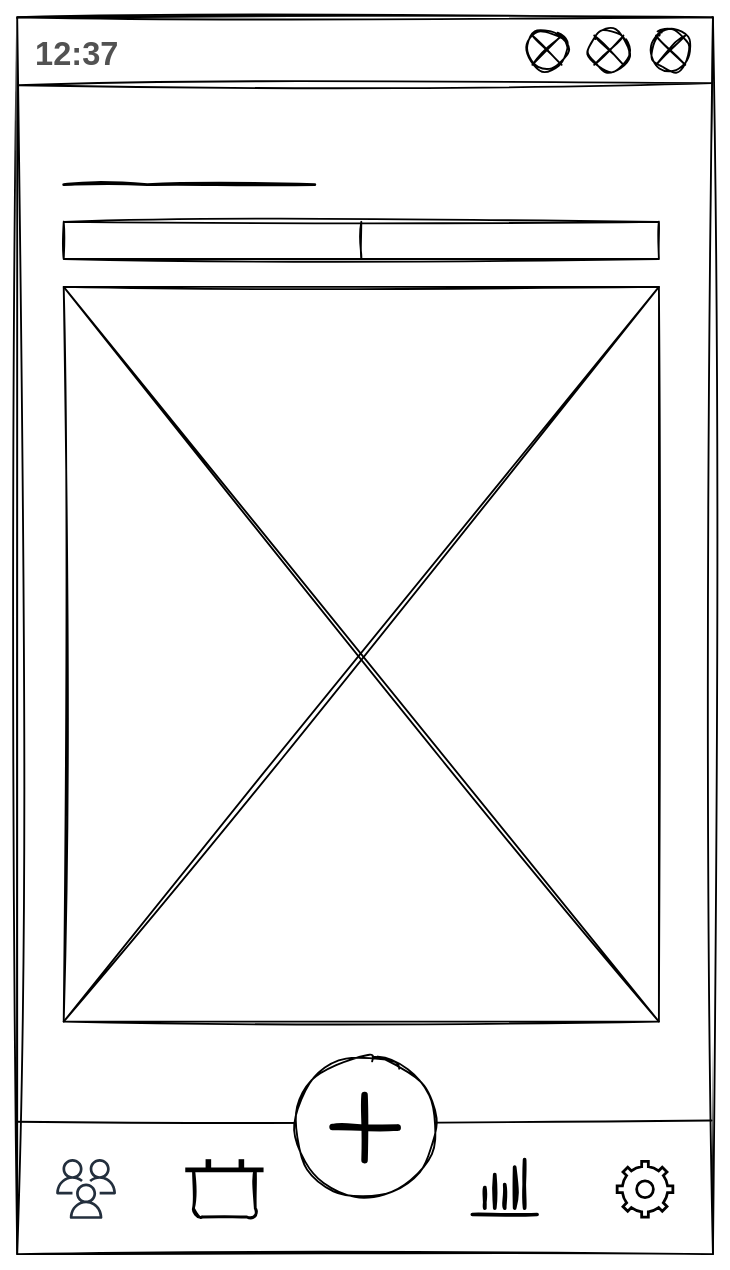
Earlier version of the draw.io diagram page "DienstplanErstellen1_beschriftet" (2 of 7) of 5_Pitch/Mockup_UserFlow_CreateWorkSchedule.drawio (annikalenneper/praxisprojekt_mi_bachelor_SoSe24). Source tidied: cells renumbered, new cells numbered last; positions are measured from the earlier drawing's top-left corner, leaving out a move shared by most shapes. Both pictures are drawn from the tidied source at 93%, with x=0, y=0 at pixel (17, 17). Pictures stored in the file or linked from it are replaced by grey dashed boxes.
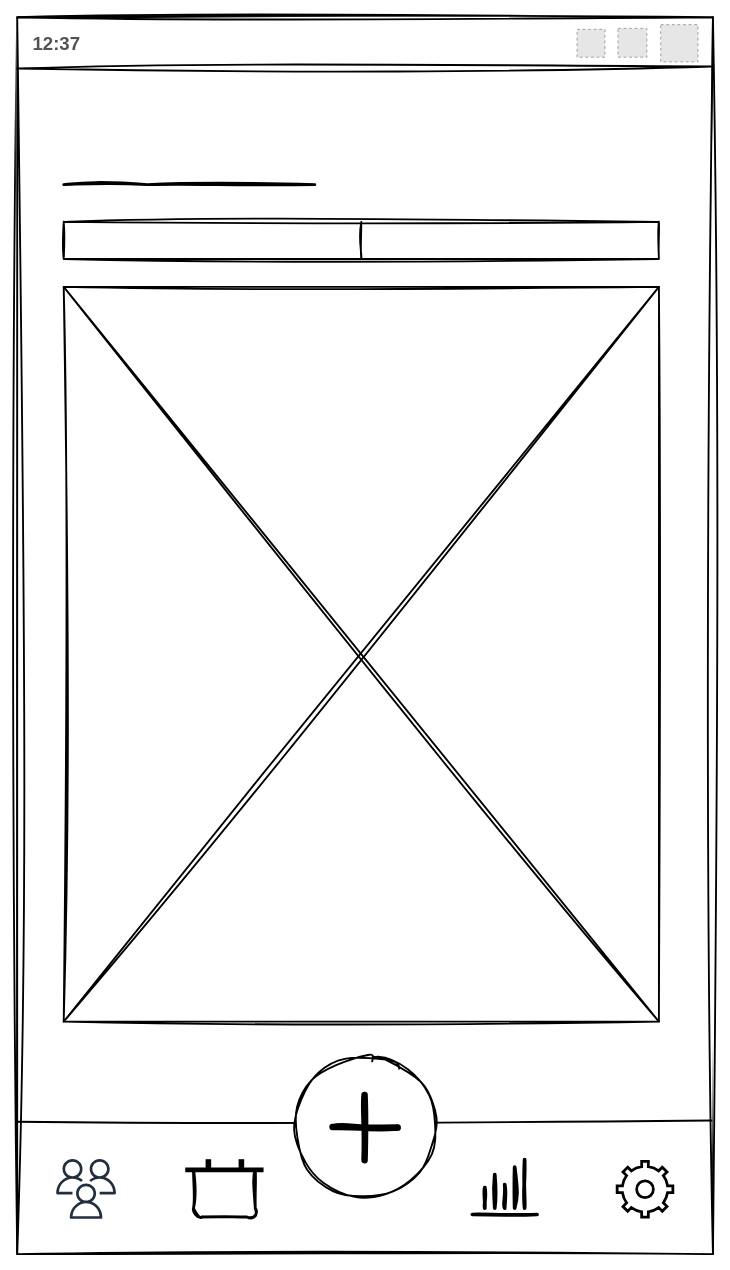
Above is the later version.

Unchanged cells that the change refers to:
```xml
<mxCell id="2" style="group;sketch=1;curveFitting=1;jiggle=2;strokeWidth=2;strokeColor=default;" parent="1" vertex="1">
  <mxGeometry width="748.1" height="1330" as="geometry" />
</mxCell>
<mxCell id="3" style="rounded=0;whiteSpace=wrap;html=1;strokeWidth=2;sketch=1;curveFitting=1;jiggle=2;" parent="2" vertex="1">
  <mxGeometry width="748.1" height="1330" as="geometry" />
</mxCell>
```

The edit, as a diff of the source:
```diff
@@
-    <mxCell id="4" style="endArrow=none;html=1;rounded=0;exitX=0.001;exitY=0.055;exitDx=0;exitDy=0;exitPerimeter=0;strokeWidth=2;sketch=1;curveFitting=1;jiggle=2;" parent="2" edge="1" source="3">
+    <mxCell id="4" style="endArrow=none;html=1;rounded=0;exitX=0.001;exitY=0.055;exitDx=0;exitDy=0;exitPerimeter=0;strokeWidth=2;sketch=1;curveFitting=1;jiggle=2;" parent="2" edge="1">
       <mxGeometry relative="1" as="geometry">
-        <mxPoint x="747" y="70.9" as="targetPoint" />
+        <mxPoint y="55.2" as="sourcePoint" />
+        <mxPoint x="746.3" y="53" as="targetPoint" />
       </mxGeometry>
     </mxCell>
-    <mxCell id="5" style="shape=sumEllipse;perimeter=ellipsePerimeter;html=1;backgroundOutline=1;fontFamily=Helvetica;fontSize=11;fontColor=default;labelBackgroundColor=default;strokeWidth=2;sketch=1;curveFitting=1;jiggle=2;" parent="2" vertex="1">
-      <mxGeometry x="680.5" y="13.3" width="44.3" height="44.3" as="geometry" />
-    </mxCell>
-    <mxCell id="6" style="shape=sumEllipse;perimeter=ellipsePerimeter;html=1;backgroundOutline=1;fontFamily=Helvetica;fontSize=11;fontColor=default;labelBackgroundColor=default;strokeWidth=2;sketch=1;curveFitting=1;jiggle=2;" parent="2" vertex="1">
-      <mxGeometry x="614" y="13.3" width="44.3" height="44.3" as="geometry" />
-    </mxCell>
-    <mxCell id="7" style="shape=sumEllipse;perimeter=ellipsePerimeter;html=1;backgroundOutline=1;fontFamily=Helvetica;fontSize=11;fontColor=default;labelBackgroundColor=default;strokeWidth=2;sketch=1;curveFitting=1;jiggle=2;" parent="2" vertex="1">
-      <mxGeometry x="547.5" y="13.3" width="44.3" height="44.3" as="geometry" />
-    </mxCell>
@@
-    <mxCell id="24" value="12:37" style="text;html=1;align=center;verticalAlign=middle;strokeColor=none;fillColor=none;fontSize=35;fontStyle=1;fontColor=#525252;" parent="2" vertex="1">
-      <mxGeometry x="9" y="8.5" width="110" height="60" as="geometry" />
-    </mxCell>
@@
+    <mxCell id="36" style="group;" parent="2" vertex="1">
+      <mxGeometry x="7" y="8" width="725" height="40" as="geometry" />
+    </mxCell>
+    <mxCell id="24" value="&lt;font style=&quot;font-size: 20px;&quot;&gt;12:37&lt;/font&gt;" style="text;html=1;align=center;verticalAlign=middle;strokeColor=none;fillColor=none;fontSize=20;fontStyle=1;fontColor=#525252;" parent="36" vertex="1">
+      <mxGeometry width="70" height="40" as="geometry" />
+    </mxCell>
+    <mxCell id="37" style="fillColor=#E6E6E6;strokeColor=#999999;dashed=1;html=1;verticalAlign=top;verticalLabelPosition=bottom;labelBackgroundColor=#ffffff;align=center;fontFamily=Helvetica;fontSize=12;fontColor=default;" parent="36" vertex="1">
+      <mxGeometry x="685" width="40" height="40" as="geometry" />
+    </mxCell>
+    <mxCell id="38" style="fillColor=#E6E6E6;strokeColor=#999999;dashed=1;html=1;verticalAlign=top;verticalLabelPosition=bottom;labelBackgroundColor=#ffffff;align=center;fontFamily=Helvetica;fontSize=12;fontColor=default;" parent="36" vertex="1">
+      <mxGeometry x="639" y="4" width="31" height="31" as="geometry" />
+    </mxCell>
+    <mxCell id="39" style="fillColor=#E6E6E6;strokeColor=#999999;dashed=1;html=1;verticalAlign=top;verticalLabelPosition=bottom;labelBackgroundColor=#ffffff;align=center;fontFamily=Helvetica;fontSize=12;fontColor=default;" parent="36" vertex="1">
+      <mxGeometry x="595" y="5" width="30" height="30" as="geometry" />
+    </mxCell>
```
